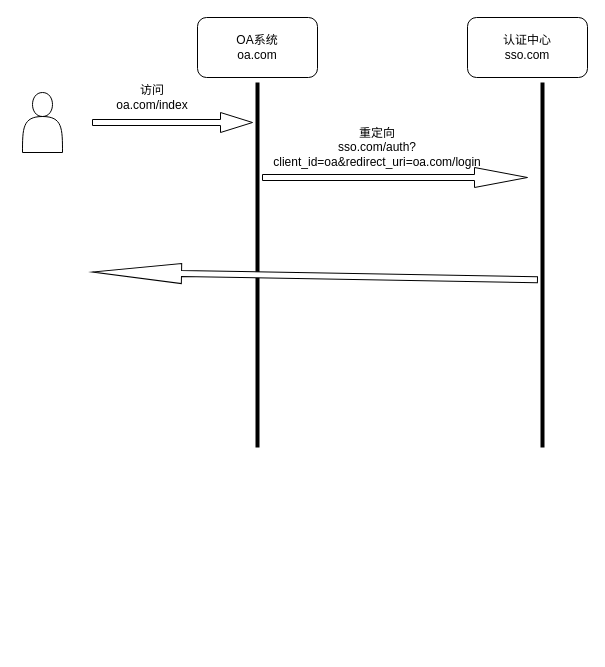
This is sso-flow.drawio from shoacom/docs, a draw.io file, before an edit. Source tidied: cells renumbered, new cells numbered last; positions are measured from the earlier drawing's top-left corner, leaving out a move shared by most shapes. Both pictures are drawn from the tidied source at 100%, with x=0, y=0 at pixel (22, 17).
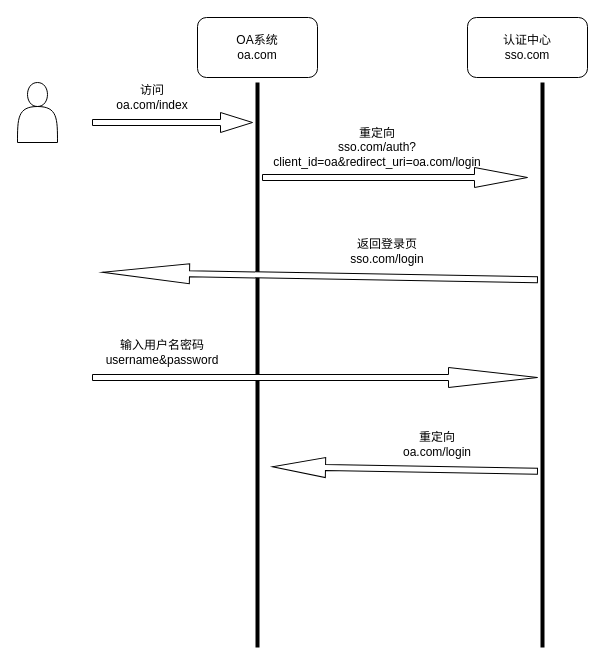
The same page after the edit.

Diff of the diagram source:
```diff
@@
 <mxGraphModel>
   <root>
     <mxCell id="0" />
     <mxCell id="1" parent="0" />
     <mxCell id="2" value="OA系统&lt;br&gt;oa.com" style="rounded=1;whiteSpace=wrap;html=1;" parent="1" vertex="1">
       <mxGeometry x="175" width="120" height="60" as="geometry" />
     </mxCell>
     <mxCell id="3" value="认证中心&lt;br&gt;sso.com" style="rounded=1;whiteSpace=wrap;html=1;" parent="1" vertex="1">
       <mxGeometry x="445" width="120" height="60" as="geometry" />
     </mxCell>
     <mxCell id="4" style="shape=actor;whiteSpace=wrap;html=1;" parent="1" vertex="1">
-      <mxGeometry y="75" width="40" height="60" as="geometry" />
+      <mxGeometry x="-5" y="65" width="40" height="60" as="geometry" />
     </mxCell>
     <mxCell id="5" style="shape=singleArrow;whiteSpace=wrap;html=1;" parent="1" vertex="1">
       <mxGeometry x="70" y="95" width="160" height="20" as="geometry" />
     </mxCell>
     <mxCell id="6" value="访问&lt;br&gt;oa.com/index" style="text;html=1;strokeColor=none;fillColor=none;align=center;verticalAlign=middle;whiteSpace=wrap;rounded=0;" parent="1" vertex="1">
       <mxGeometry x="70" y="65" width="120" height="30" as="geometry" />
     </mxCell>
     <mxCell id="7" style="line;strokeWidth=4;direction=south;html=1;perimeter=backbonePerimeter;" parent="1" vertex="1">
-      <mxGeometry x="230" y="65" width="10" height="365" as="geometry" />
+      <mxGeometry x="230" y="65" width="10" height="565" as="geometry" />
     </mxCell>
     <mxCell id="8" style="line;strokeWidth=4;direction=south;html=1;perimeter=backbonePerimeter;" parent="1" vertex="1">
-      <mxGeometry x="515" y="65" width="10" height="365" as="geometry" />
+      <mxGeometry x="515" y="65" width="10" height="565" as="geometry" />
     </mxCell>
     <mxCell id="9" style="shape=singleArrow;whiteSpace=wrap;html=1;" parent="1" vertex="1">
       <mxGeometry x="240" y="150" width="265" height="20" as="geometry" />
     </mxCell>
     <mxCell id="10" value="重定向&lt;br&gt;sso.com/auth?client_id=oa&amp;amp;redirect_uri=oa.com/login" style="text;html=1;strokeColor=none;fillColor=none;align=center;verticalAlign=middle;whiteSpace=wrap;rounded=0;" parent="1" vertex="1">
       <mxGeometry x="295" y="115" width="120" height="30" as="geometry" />
     </mxCell>
     <mxCell id="11" style="shape=singleArrow;whiteSpace=wrap;html=1;rotation=-179;" parent="1" vertex="1">
-      <mxGeometry x="70" y="248.4" width="445" height="20" as="geometry" />
+      <mxGeometry x="80" y="248.5" width="435" height="20" as="geometry" />
     </mxCell>
+    <mxCell id="12" value="返回登录页&lt;br&gt;sso.com/login" style="text;html=1;strokeColor=none;fillColor=none;align=center;verticalAlign=middle;whiteSpace=wrap;rounded=0;" parent="1" vertex="1">
+      <mxGeometry x="305" y="218.5" width="120" height="30" as="geometry" />
+    </mxCell>
+    <mxCell id="13" style="shape=singleArrow;whiteSpace=wrap;html=1;" parent="1" vertex="1">
+      <mxGeometry x="70" y="350" width="445" height="20" as="geometry" />
+    </mxCell>
+    <mxCell id="14" value="输入用户名密码&lt;br&gt;username&amp;amp;password" style="text;html=1;strokeColor=none;fillColor=none;align=center;verticalAlign=middle;whiteSpace=wrap;rounded=0;" parent="1" vertex="1">
+      <mxGeometry x="80" y="320" width="120" height="30" as="geometry" />
+    </mxCell>
+    <mxCell id="15" style="shape=singleArrow;whiteSpace=wrap;html=1;rotation=-179;" parent="1" vertex="1">
+      <mxGeometry x="250" y="441.5" width="265" height="20" as="geometry" />
+    </mxCell>
+    <mxCell id="16" value="重定向&lt;br&gt;oa.com/login" style="text;html=1;strokeColor=none;fillColor=none;align=center;verticalAlign=middle;whiteSpace=wrap;rounded=0;" parent="1" vertex="1">
+      <mxGeometry x="355" y="411.5" width="120" height="30" as="geometry" />
+    </mxCell>
   </root>
 </mxGraphModel>
```
